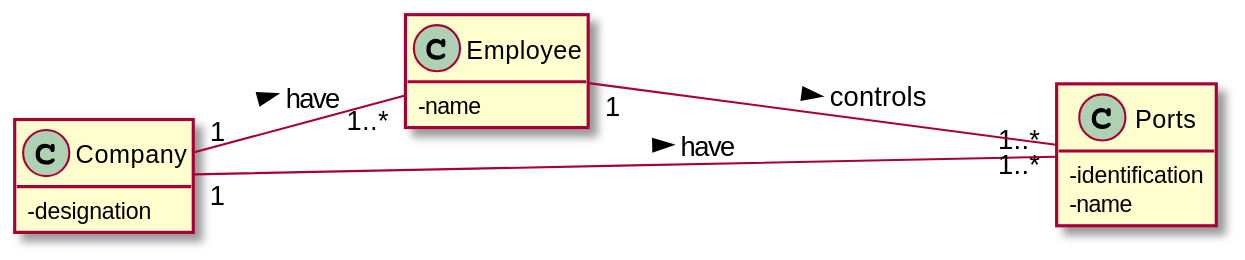
This is docs/US201/US201_DM.svg from 0franciscor/lapr3-2021-g042, a PlantUML export, as it was before one commit. The source it was exported from:
```plantuml
@startuml

hide methods
left to right direction
skinparam classAttributeIconSize 0

class Employee {
-name
}

class Ports {
-identification
-name
}

class Company {
-designation
}

Company "1"--"1..*" Employee: have >
Company "1"--"1..*" Ports: have >
Employee "1" --- "1..*" Ports : controls >

@enduml
```
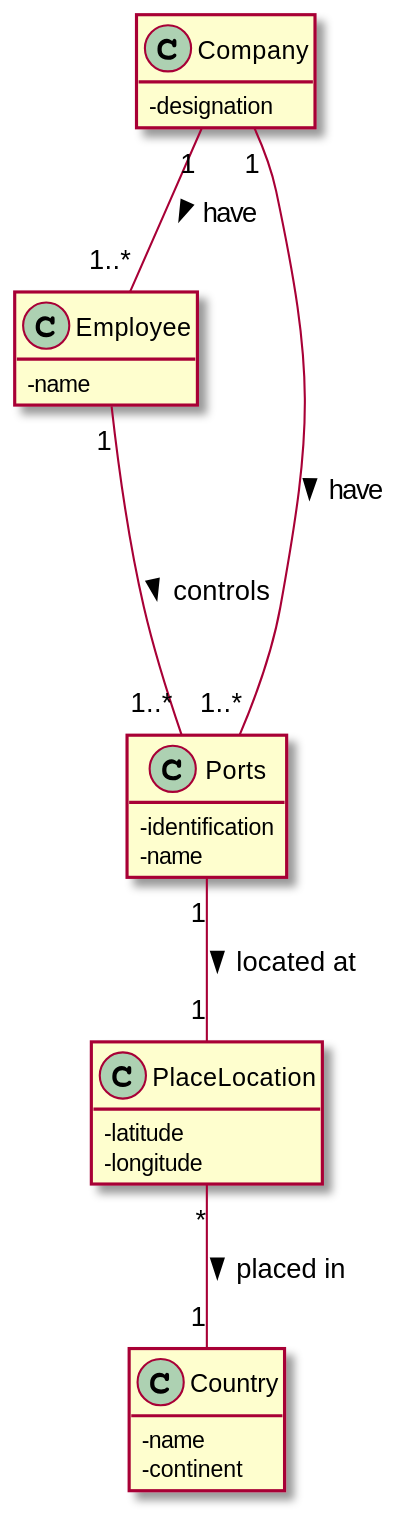
Above is the later version.

Diff of the diagram source:
```diff
@@ -1,7 +1,7 @@
 @startuml
 
 hide methods
-left to right direction
+
 skinparam classAttributeIconSize 0
 
 class Employee {
@@ -13,6 +13,16 @@
 -name
 }
 
+class PlaceLocation {
+-latitude
+-longitude
+}
+
+class Country {
+-name
+-continent
+}
+
 class Company {
 -designation
 }
@@ -21,4 +31,7 @@
 Company "1"--"1..*" Ports: have >
 Employee "1" --- "1..*" Ports : controls >
 
+
+Ports "1" -- "1" PlaceLocation : located at >
+PlaceLocation "*" -- "1" Country : placed in >
 @enduml
```
